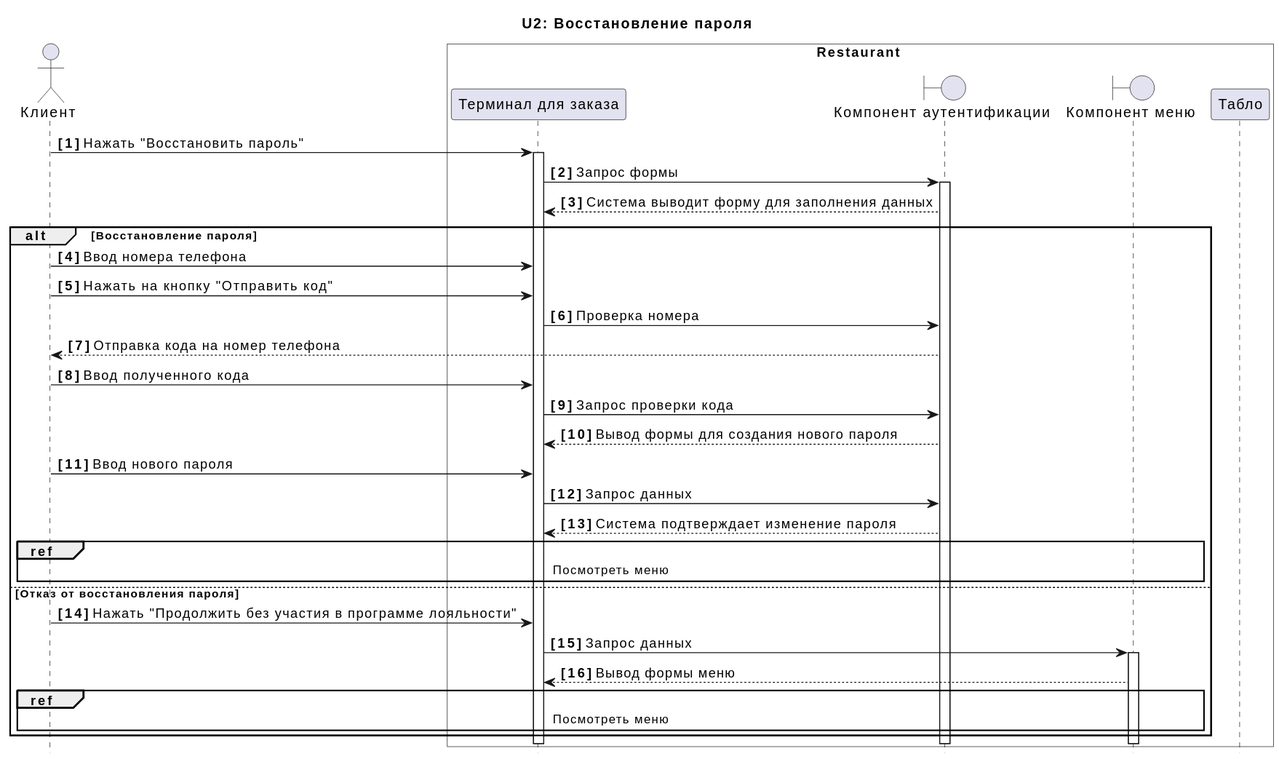
xxx996/OTUS_Restaraunt keeps this PlantUML diagram as docs/diagrams/include/UC2.svg. Above is the earlier version.
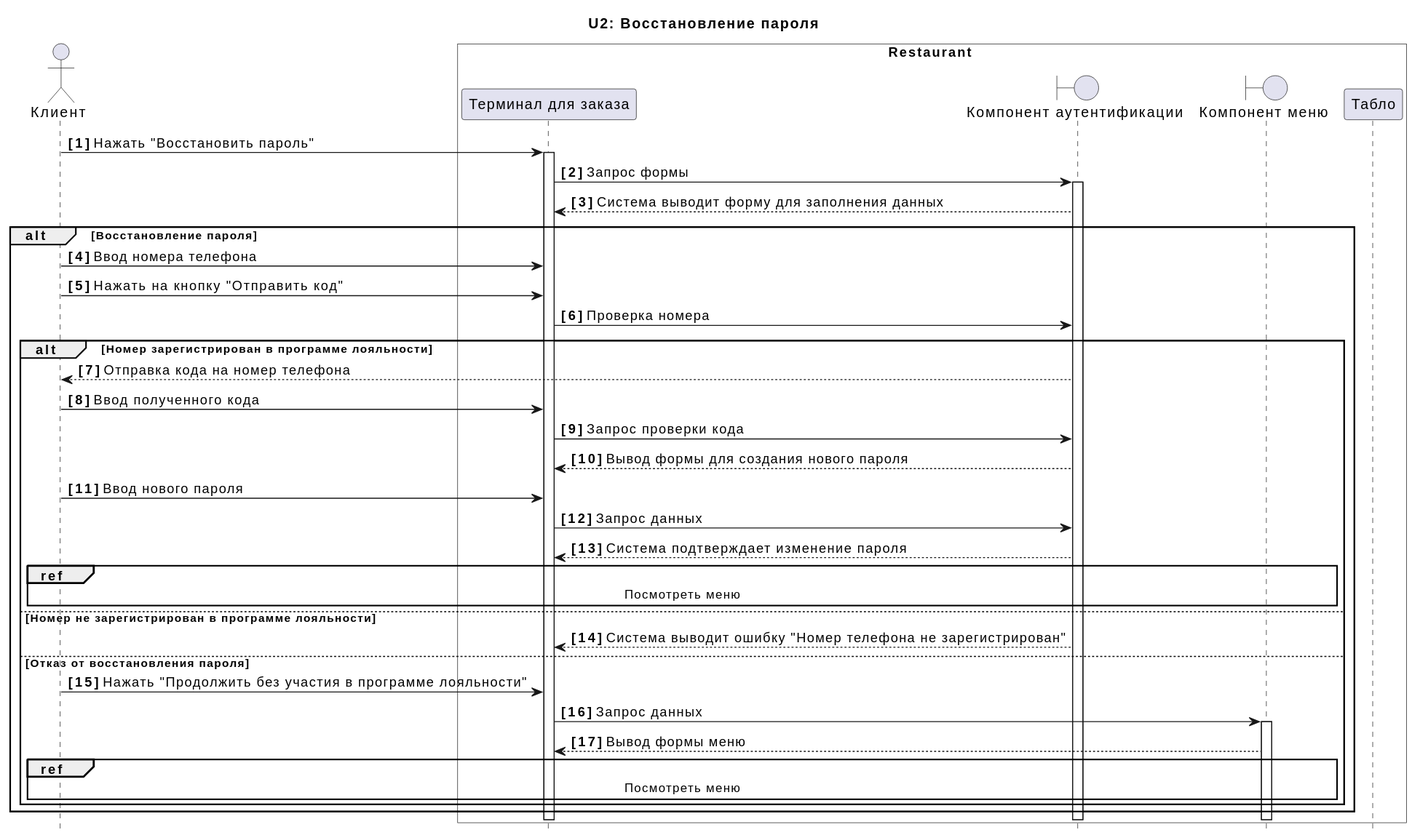
The same file after the commit.

Change to the diagram source:
```diff
@@ -20,6 +20,10 @@
 C -> A:  Ввод номера телефона
 C -> A: Нажать на кнопку "Отправить код"
 A -> Q:  Проверка номера
+
+alt Номер зарегистрирован в программе лояльности
+
+
 Q --> C:  Отправка кода на номер телефона
 C -> A:  Ввод полученного кода
 A -> Q:  Запрос проверки кода
@@ -30,6 +34,10 @@
 
 ref over C, F:  Посмотреть меню
 
+else Номер не зарегистрирован в программе лояльности
+
+Q --> A: Система выводит ошибку "Номер телефона не зарегистрирован"
+
 else Отказ от восстановления пароля
 
 C -> A:  Нажать "Продолжить без участия в программе лояльности"
@@ -38,6 +46,6 @@
 
 ref over C, F:  Посмотреть меню
 
-
+end
 end
 @enduml
```
